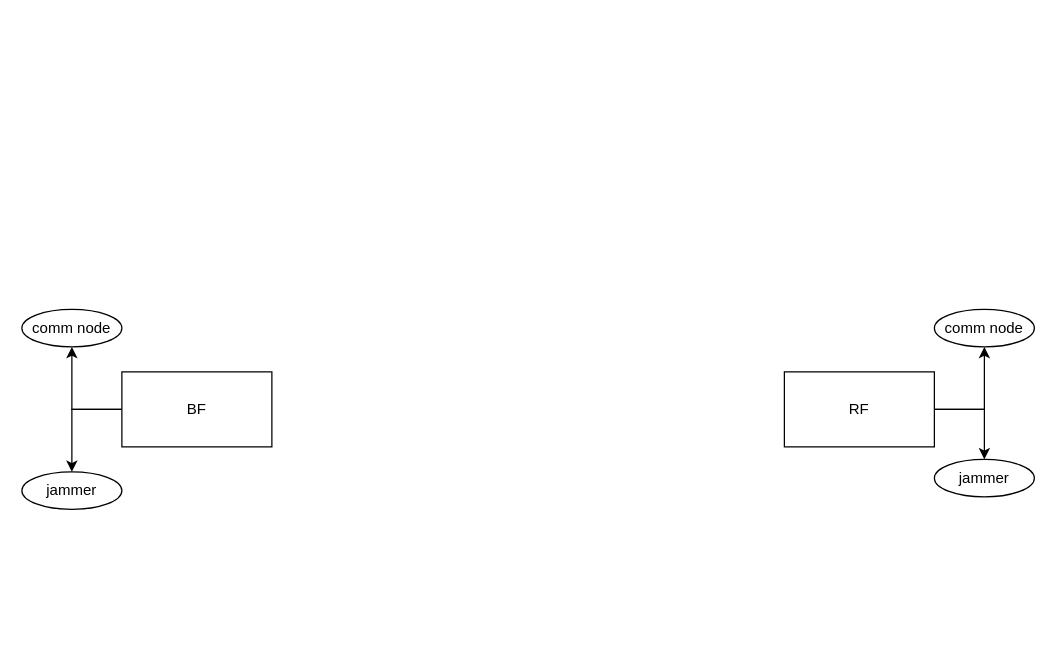
Before: 强化学习.drawio in zjtone/RL-Note, a draw.io diagram. Source tidied: cells renumbered, new cells numbered last; positions are measured from the earlier drawing's top-left corner, leaving out a move shared by most shapes. Both pictures are drawn from the tidied source at 125%, with x=0, y=0 at pixel (21, 309).
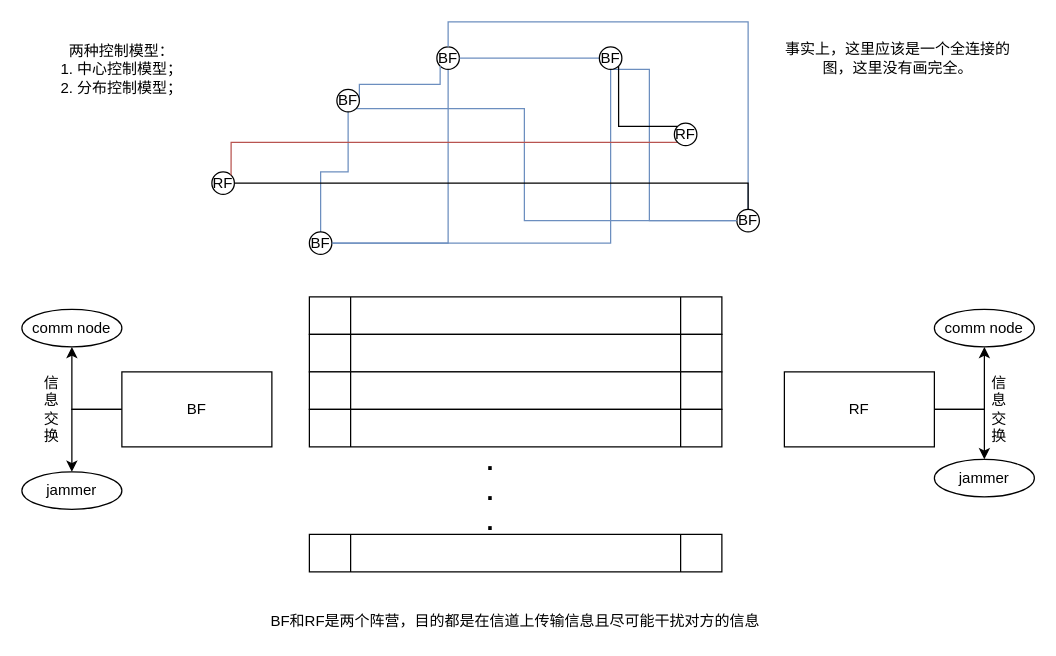
Above is the later version.

Commit message:
更新强化学习.drawio

The edit, as a diff of the source:
```diff
@@
+    <mxCell id="12" style="shape=process;whiteSpace=wrap;html=1;backgroundOutline=1;" parent="1" vertex="1">
+      <mxGeometry x="230" y="180" width="330" height="30" as="geometry" />
+    </mxCell>
+    <mxCell id="13" style="shape=process;whiteSpace=wrap;html=1;backgroundOutline=1;" parent="1" vertex="1">
+      <mxGeometry x="230" y="-10" width="330" height="30" as="geometry" />
+    </mxCell>
+    <mxCell id="14" style="shape=process;whiteSpace=wrap;html=1;backgroundOutline=1;" parent="1" vertex="1">
+      <mxGeometry x="230" y="20" width="330" height="30" as="geometry" />
+    </mxCell>
+    <mxCell id="15" style="shape=process;whiteSpace=wrap;html=1;backgroundOutline=1;" parent="1" vertex="1">
+      <mxGeometry x="230" y="50" width="330" height="30" as="geometry" />
+    </mxCell>
+    <mxCell id="16" style="shape=process;whiteSpace=wrap;html=1;backgroundOutline=1;" parent="1" vertex="1">
+      <mxGeometry x="230" y="80" width="330" height="30" as="geometry" />
+    </mxCell>
+    <mxCell id="17" value=".&lt;br style=&quot;font-size: 20px;&quot;&gt;.&lt;br style=&quot;font-size: 20px;&quot;&gt;.&lt;br style=&quot;font-size: 20px;&quot;&gt;" style="text;html=1;strokeColor=none;fillColor=none;align=center;verticalAlign=middle;whiteSpace=wrap;rounded=0;strokeWidth=1;fontSize=20;fontStyle=1;" parent="1" vertex="1">
+      <mxGeometry x="355" y="135" width="40" height="20" as="geometry" />
+    </mxCell>
+    <mxCell id="18" style="edgeStyle=orthogonalEdgeStyle;rounded=0;jettySize=auto;html=1;exitX=0.5;exitY=1;exitDx=0;exitDy=0;entryX=1;entryY=0.5;entryDx=0;entryDy=0;endArrow=none;endFill=0;fontSize=12;fillColor=#dae8fc;strokeColor=#6c8ebf;" parent="1" edge="1" source="19" target="26">
+      <mxGeometry relative="1" as="geometry" />
+    </mxCell>
+    <mxCell id="19" value="BF" style="ellipse;whiteSpace=wrap;html=1;strokeWidth=1;fontSize=12;" parent="1" vertex="1">
+      <mxGeometry x="332" y="-210" width="18" height="18" as="geometry" />
+    </mxCell>
+    <mxCell id="20" style="edgeStyle=orthogonalEdgeStyle;rounded=0;jettySize=auto;html=1;exitX=0.5;exitY=1;exitDx=0;exitDy=0;entryX=0.5;entryY=0;entryDx=0;entryDy=0;fontSize=12;endArrow=none;endFill=0;fillColor=#dae8fc;strokeColor=#6c8ebf;" parent="1" edge="1" source="23" target="26">
+      <mxGeometry relative="1" as="geometry" />
+    </mxCell>
+    <mxCell id="21" style="edgeStyle=orthogonalEdgeStyle;rounded=0;jettySize=auto;html=1;exitX=1;exitY=0.5;exitDx=0;exitDy=0;entryX=0;entryY=1;entryDx=0;entryDy=0;endArrow=none;endFill=0;fontSize=12;fillColor=#dae8fc;strokeColor=#6c8ebf;" parent="1" edge="1" source="23" target="19">
+      <mxGeometry relative="1" as="geometry">
+        <Array as="points">
+          <mxPoint x="270" y="-180" />
+          <mxPoint x="334" y="-180" />
+        </Array>
+      </mxGeometry>
+    </mxCell>
+    <mxCell id="22" style="edgeStyle=orthogonalEdgeStyle;rounded=0;jettySize=auto;html=1;exitX=1;exitY=1;exitDx=0;exitDy=0;endArrow=none;endFill=0;fontSize=12;fillColor=#dae8fc;strokeColor=#6c8ebf;" parent="1" edge="1" source="23" target="25">
+      <mxGeometry relative="1" as="geometry">
+        <Array as="points">
+          <mxPoint x="402" y="-161" />
+          <mxPoint x="402" y="-71" />
+        </Array>
+      </mxGeometry>
+    </mxCell>
+    <mxCell id="23" value="BF" style="ellipse;whiteSpace=wrap;html=1;strokeWidth=1;fontSize=12;" parent="1" vertex="1">
+      <mxGeometry x="252" y="-176" width="18" height="18" as="geometry" />
+    </mxCell>
+    <mxCell id="24" style="edgeStyle=orthogonalEdgeStyle;rounded=0;jettySize=auto;html=1;exitX=0.5;exitY=0;exitDx=0;exitDy=0;entryX=0.5;entryY=0;entryDx=0;entryDy=0;endArrow=none;endFill=0;fontSize=12;fillColor=#dae8fc;strokeColor=#6c8ebf;" parent="1" edge="1" source="25" target="19">
+      <mxGeometry relative="1" as="geometry" />
+    </mxCell>
+    <mxCell id="25" value="BF" style="ellipse;whiteSpace=wrap;html=1;strokeWidth=1;fontSize=12;" parent="1" vertex="1">
+      <mxGeometry x="572" y="-80" width="18" height="18" as="geometry" />
+    </mxCell>
+    <mxCell id="26" value="BF" style="ellipse;whiteSpace=wrap;html=1;strokeWidth=1;fontSize=12;" parent="1" vertex="1">
+      <mxGeometry x="230" y="-62" width="18" height="18" as="geometry" />
+    </mxCell>
+    <mxCell id="27" style="edgeStyle=orthogonalEdgeStyle;rounded=0;jettySize=auto;html=1;exitX=0.5;exitY=1;exitDx=0;exitDy=0;entryX=0;entryY=0.5;entryDx=0;entryDy=0;endArrow=none;endFill=0;fontSize=12;fillColor=#dae8fc;strokeColor=#6c8ebf;" parent="1" edge="1" source="30" target="25">
+      <mxGeometry relative="1" as="geometry">
+        <Array as="points">
+          <mxPoint x="502" y="-192" />
+          <mxPoint x="502" y="-71" />
+        </Array>
+      </mxGeometry>
+    </mxCell>
+    <mxCell id="28" style="edgeStyle=orthogonalEdgeStyle;rounded=0;jettySize=auto;html=1;exitX=0;exitY=0.5;exitDx=0;exitDy=0;endArrow=none;endFill=0;fontSize=12;fillColor=#dae8fc;strokeColor=#6c8ebf;" parent="1" edge="1" source="30" target="19">
+      <mxGeometry relative="1" as="geometry" />
+    </mxCell>
+    <mxCell id="29" style="edgeStyle=orthogonalEdgeStyle;rounded=0;jettySize=auto;html=1;exitX=0.5;exitY=1;exitDx=0;exitDy=0;entryX=1;entryY=0.5;entryDx=0;entryDy=0;endArrow=none;endFill=0;fontSize=12;fillColor=#dae8fc;strokeColor=#6c8ebf;" parent="1" edge="1" source="30" target="26">
+      <mxGeometry relative="1" as="geometry" />
+    </mxCell>
+    <mxCell id="30" value="BF" style="ellipse;whiteSpace=wrap;html=1;strokeWidth=1;fontSize=12;" parent="1" vertex="1">
+      <mxGeometry x="462" y="-210" width="18" height="18" as="geometry" />
+    </mxCell>
+    <mxCell id="31" style="edgeStyle=orthogonalEdgeStyle;rounded=0;jettySize=auto;html=1;exitX=1;exitY=0.5;exitDx=0;exitDy=0;entryX=0.5;entryY=0;entryDx=0;entryDy=0;endArrow=none;endFill=0;fontSize=12;" parent="1" edge="1" source="32" target="25">
+      <mxGeometry relative="1" as="geometry" />
+    </mxCell>
+    <mxCell id="32" value="RF" style="ellipse;whiteSpace=wrap;html=1;strokeWidth=1;fontSize=12;" parent="1" vertex="1">
+      <mxGeometry x="152" y="-110" width="18" height="18" as="geometry" />
+    </mxCell>
+    <mxCell id="33" style="edgeStyle=orthogonalEdgeStyle;rounded=0;jettySize=auto;html=1;exitX=0;exitY=1;exitDx=0;exitDy=0;entryX=1;entryY=0;entryDx=0;entryDy=0;endArrow=none;endFill=0;fontSize=12;fillColor=#f8cecc;strokeColor=#b85450;" parent="1" edge="1" source="35" target="32">
+      <mxGeometry relative="1" as="geometry" />
+    </mxCell>
+    <mxCell id="34" style="edgeStyle=orthogonalEdgeStyle;rounded=0;jettySize=auto;html=1;exitX=0;exitY=0;exitDx=0;exitDy=0;entryX=1;entryY=1;entryDx=0;entryDy=0;endArrow=none;endFill=0;fontSize=12;" parent="1" edge="1" source="35" target="30">
+      <mxGeometry relative="1" as="geometry" />
+    </mxCell>
+    <mxCell id="35" value="RF" style="ellipse;whiteSpace=wrap;html=1;strokeWidth=1;fontSize=12;" parent="1" vertex="1">
+      <mxGeometry x="522" y="-149" width="18" height="18" as="geometry" />
+    </mxCell>
+    <mxCell id="36" value="事实上，这里应该是一个全连接的图，这里没有画完全。" style="text;html=1;strokeColor=none;fillColor=none;align=center;verticalAlign=middle;whiteSpace=wrap;rounded=0;fontSize=12;" parent="1" vertex="1">
+      <mxGeometry x="610" y="-219" width="182" height="36" as="geometry" />
+    </mxCell>
+    <mxCell id="37" value="两种控制模型：&lt;br&gt;1. 中心控制模型；&lt;br&gt;2. 分布控制模型；&lt;br&gt;" style="text;html=1;strokeColor=none;fillColor=none;align=center;verticalAlign=middle;whiteSpace=wrap;rounded=0;fontSize=12;" parent="1" vertex="1">
+      <mxGeometry x="24" y="-222.5" width="112" height="61" as="geometry" />
+    </mxCell>
+    <mxCell id="38" value="信&lt;br&gt;息&lt;br&gt;交&lt;br&gt;换&lt;br&gt;" style="text;html=1;strokeColor=none;fillColor=none;align=center;verticalAlign=middle;whiteSpace=wrap;rounded=0;fontSize=12;" parent="1" vertex="1">
+      <mxGeometry x="4" y="70" width="40" height="20" as="geometry" />
+    </mxCell>
+    <mxCell id="39" value="信&lt;br&gt;息&lt;br&gt;交&lt;br&gt;换&lt;br&gt;" style="text;html=1;strokeColor=none;fillColor=none;align=center;verticalAlign=middle;whiteSpace=wrap;rounded=0;fontSize=12;" parent="1" vertex="1">
+      <mxGeometry x="762" y="70" width="40" height="20" as="geometry" />
+    </mxCell>
+    <mxCell id="40" value="BF和RF是两个阵营，目的都是在信道上传输信息且尽可能干扰对方的信息" style="text;html=1;strokeColor=none;fillColor=none;align=center;verticalAlign=middle;whiteSpace=wrap;rounded=0;fontSize=12;" parent="1" vertex="1">
+      <mxGeometry x="139" y="240" width="512" height="20" as="geometry" />
+    </mxCell>
```
